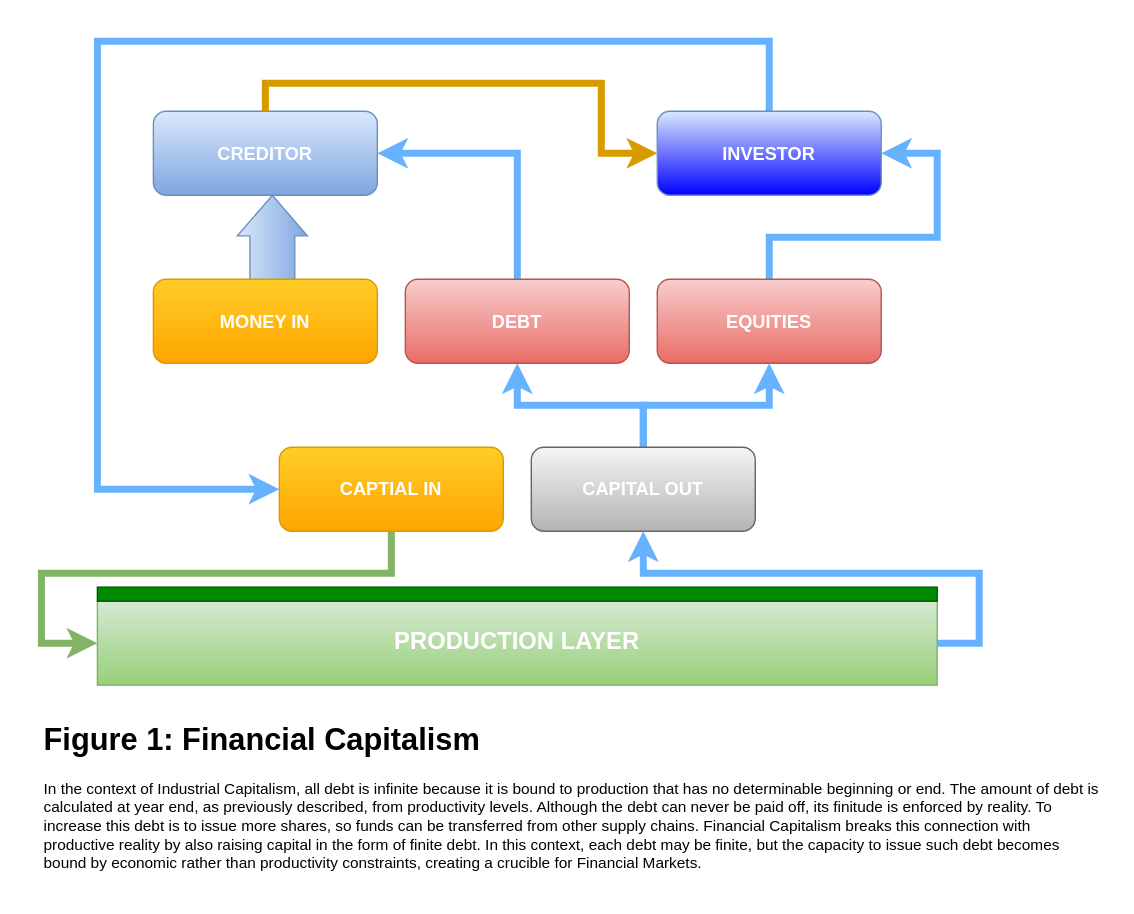
The draw.io diagram public/images/financial_capital_figure_1.svg in TradeControl/tradecontrol.github.io, before a commit. Source tidied: cells renumbered, new cells last; positions are measured from the earlier drawing's top-left corner, leaving out a move shared by most shapes. Source of this version:
```xml
<mxGraphModel>
  <root>
    <mxCell id="0" />
    <mxCell id="1" parent="0" />
    <mxCell id="2" style="html=1;shadow=0;dashed=0;align=center;verticalAlign=middle;shape=mxgraph.arrows2.arrow;dy=0.36;dx=29;direction=north;notch=0;fontFamily=Helvetica;fontSize=11;labelBackgroundColor=default;fillColor=#dae8fc;gradientColor=#7ea6e0;strokeColor=#6c8ebf;fontColor=#FFFFFF;" parent="1" vertex="1">
      <mxGeometry x="140" y="110" width="50" height="70" as="geometry" />
    </mxCell>
    <mxCell id="3" value="CREDITOR" style="rounded=1;whiteSpace=wrap;html=1;fillColor=#dae8fc;gradientColor=#7ea6e0;strokeColor=#6c8ebf;fontStyle=1;fontSize=13;fontColor=#FFFFFF;" parent="1" vertex="1">
      <mxGeometry x="80" y="50" width="160" height="60" as="geometry" />
    </mxCell>
    <mxCell id="4" style="edgeStyle=orthogonalEdgeStyle;shape=connector;rounded=0;jettySize=auto;html=1;entryX=0;entryY=0.5;entryDx=0;entryDy=0;strokeColor=#66B2FF;strokeWidth=5;align=center;verticalAlign=middle;fontFamily=Helvetica;fontSize=11;fontColor=default;labelBackgroundColor=default;endArrow=classic;" parent="1" edge="1" source="5" target="8">
      <mxGeometry relative="1" as="geometry">
        <Array as="points">
          <mxPoint x="520" />
          <mxPoint x="40" />
          <mxPoint x="40" y="320" />
        </Array>
      </mxGeometry>
    </mxCell>
    <mxCell id="5" value="INVESTOR" style="rounded=1;whiteSpace=wrap;html=1;fillColor=#dae8fc;gradientColor=#0000FF;strokeColor=#6c8ebf;fontStyle=1;fontSize=13;fontColor=#FFFFFF;" parent="1" vertex="1">
      <mxGeometry x="440" y="50" width="160" height="60" as="geometry" />
    </mxCell>
    <mxCell id="6" value="MONEY IN" style="rounded=1;whiteSpace=wrap;html=1;fillColor=#ffcd28;gradientColor=#ffa500;strokeColor=#d79b00;fontStyle=1;fontSize=13;fontColor=#FFFFFF;" parent="1" vertex="1">
      <mxGeometry x="80" y="170" width="160" height="60" as="geometry" />
    </mxCell>
    <mxCell id="7" style="edgeStyle=orthogonalEdgeStyle;shape=connector;rounded=0;jettySize=auto;html=1;entryX=0;entryY=0.5;entryDx=0;entryDy=0;strokeColor=#82b366;strokeWidth=5;align=center;verticalAlign=middle;fontFamily=Helvetica;fontSize=11;fontColor=default;labelBackgroundColor=default;endArrow=classic;fillColor=#d5e8d4;" parent="1" edge="1" source="8" target="17">
      <mxGeometry relative="1" as="geometry">
        <Array as="points">
          <mxPoint x="250" y="380" />
          <mxPoint y="380" />
          <mxPoint y="430" />
        </Array>
      </mxGeometry>
    </mxCell>
    <mxCell id="8" value="CAPTIAL IN" style="rounded=1;whiteSpace=wrap;html=1;fillColor=#ffcd28;gradientColor=#ffa500;strokeColor=#d79b00;fontStyle=1;fontSize=13;fontColor=#FFFFFF;" parent="1" vertex="1">
      <mxGeometry x="170" y="290" width="160" height="60" as="geometry" />
    </mxCell>
    <mxCell id="9" style="edgeStyle=orthogonalEdgeStyle;shape=connector;rounded=0;jettySize=auto;html=1;entryX=1;entryY=0.5;entryDx=0;entryDy=0;strokeColor=#66B2FF;strokeWidth=5;align=center;verticalAlign=middle;fontFamily=Helvetica;fontSize=11;fontColor=#FFFFFF;labelBackgroundColor=default;endArrow=classic;exitX=0.5;exitY=0;exitDx=0;exitDy=0;" parent="1" edge="1" source="10" target="3">
      <mxGeometry relative="1" as="geometry" />
    </mxCell>
    <mxCell id="10" value="DEBT" style="rounded=1;whiteSpace=wrap;html=1;fillColor=#f8cecc;gradientColor=#ea6b66;strokeColor=#b85450;fontStyle=1;fontSize=13;fontColor=#FFFFFF;" parent="1" vertex="1">
      <mxGeometry x="260" y="170" width="160" height="60" as="geometry" />
    </mxCell>
    <mxCell id="11" style="edgeStyle=orthogonalEdgeStyle;shape=connector;rounded=0;jettySize=auto;html=1;strokeColor=#66B2FF;strokeWidth=5;align=center;verticalAlign=middle;fontFamily=Helvetica;fontSize=11;fontColor=#FFFFFF;labelBackgroundColor=default;endArrow=classic;entryX=1;entryY=0.5;entryDx=0;entryDy=0;" parent="1" edge="1" source="12" target="5">
      <mxGeometry relative="1" as="geometry">
        <Array as="points">
          <mxPoint x="520" y="140" />
          <mxPoint x="640" y="140" />
          <mxPoint x="640" y="80" />
        </Array>
      </mxGeometry>
    </mxCell>
    <mxCell id="12" value="EQUITIES" style="rounded=1;whiteSpace=wrap;html=1;fillColor=#f8cecc;gradientColor=#ea6b66;strokeColor=#b85450;fontStyle=1;fontSize=13;fontColor=#FFFFFF;" parent="1" vertex="1">
      <mxGeometry x="440" y="170" width="160" height="60" as="geometry" />
    </mxCell>
    <mxCell id="13" style="edgeStyle=orthogonalEdgeStyle;shape=connector;rounded=0;jettySize=auto;html=1;entryX=0.5;entryY=1;entryDx=0;entryDy=0;strokeColor=#66B2FF;strokeWidth=5;align=center;verticalAlign=middle;fontFamily=Helvetica;fontSize=11;fontColor=#FFFFFF;labelBackgroundColor=default;endArrow=classic;" parent="1" edge="1" source="15" target="12">
      <mxGeometry relative="1" as="geometry" />
    </mxCell>
    <mxCell id="14" style="edgeStyle=orthogonalEdgeStyle;shape=connector;rounded=0;jettySize=auto;html=1;entryX=0.5;entryY=1;entryDx=0;entryDy=0;strokeColor=#66B2FF;strokeWidth=5;align=center;verticalAlign=middle;fontFamily=Helvetica;fontSize=11;fontColor=#FFFFFF;labelBackgroundColor=default;endArrow=classic;" parent="1" edge="1" source="15" target="10">
      <mxGeometry relative="1" as="geometry" />
    </mxCell>
    <mxCell id="15" value="CAPITAL OUT" style="rounded=1;whiteSpace=wrap;html=1;fillColor=#f5f5f5;gradientColor=#b3b3b3;strokeColor=#666666;fontStyle=1;fontSize=13;fontColor=#FFFFFF;" parent="1" vertex="1">
      <mxGeometry x="350" y="290" width="160" height="60" as="geometry" />
    </mxCell>
    <mxCell id="16" style="edgeStyle=orthogonalEdgeStyle;shape=connector;rounded=0;jettySize=auto;html=1;strokeColor=#66B2FF;strokeWidth=5;align=center;verticalAlign=middle;fontFamily=Helvetica;fontSize=11;fontColor=default;labelBackgroundColor=default;endArrow=classic;" parent="1" edge="1" source="17" target="15">
      <mxGeometry relative="1" as="geometry">
        <Array as="points">
          <mxPoint x="670" y="430" />
          <mxPoint x="670" y="380" />
          <mxPoint x="430" y="380" />
        </Array>
      </mxGeometry>
    </mxCell>
    <mxCell id="17" value="PRODUCTION LAYER" style="rounded=0;whiteSpace=wrap;html=1;fontFamily=Helvetica;fontSize=17;labelBackgroundColor=none;fillColor=#d5e8d4;gradientColor=#97d077;strokeColor=#82b366;fontColor=#FFFFFF;fontStyle=1;" parent="1" vertex="1">
      <mxGeometry x="40" y="400" width="600" height="60" as="geometry" />
    </mxCell>
    <mxCell id="18" style="rounded=0;whiteSpace=wrap;html=1;fontFamily=Helvetica;fontSize=11;fontColor=#ffffff;labelBackgroundColor=default;fillColor=#008a00;strokeColor=#005700;" parent="1" vertex="1">
      <mxGeometry x="40" y="390" width="600" height="10" as="geometry" />
    </mxCell>
    <mxCell id="19" style="edgeStyle=orthogonalEdgeStyle;shape=connector;rounded=0;jettySize=auto;html=1;entryX=0;entryY=0.5;entryDx=0;entryDy=0;strokeColor=#d79b00;strokeWidth=5;align=center;verticalAlign=middle;fontFamily=Helvetica;fontSize=11;fontColor=#FFFFFF;labelBackgroundColor=default;endArrow=classic;fillColor=#ffcd28;gradientColor=#ffa500;" parent="1" edge="1" source="3" target="5">
      <mxGeometry relative="1" as="geometry">
        <Array as="points">
          <mxPoint x="160" y="30" />
          <mxPoint x="400" y="30" />
          <mxPoint x="400" y="80" />
        </Array>
      </mxGeometry>
    </mxCell>
    <mxCell id="20" value="&lt;h1 style=&quot;margin-top: 0px;&quot;&gt;Figure 1: Financial Capitalism&lt;/h1&gt;&lt;h1 style=&quot;margin-top: 0px;&quot;&gt;&lt;p style=&quot;font-size: 11px; font-weight: 400;&quot;&gt;In the context of Industrial Capitalism, all debt is infinite because it is bound to production that has no determinable beginning or end. The amount of debt is calculated at year end, as previously described, from productivity levels. Although the debt can never be paid off, its finitude is enforced by reality. To increase this debt is to issue more shares, so funds can be transferred from other supply chains. Financial Capitalism breaks this connection with productive reality by also raising capital in the form of finite debt. In this context, each debt may be finite, but the capacity to issue such debt becomes bound by economic rather than productivity constraints, creating a crucible for Financial Markets.&lt;/p&gt;&lt;/h1&gt;" style="text;html=1;whiteSpace=wrap;overflow=hidden;rounded=0;fontFamily=Helvetica;fontSize=11;fontColor=default;labelBackgroundColor=default;" parent="1" vertex="1">
      <mxGeometry y="480" width="760" height="120" as="geometry" />
    </mxCell>
  </root>
</mxGraphModel>
```
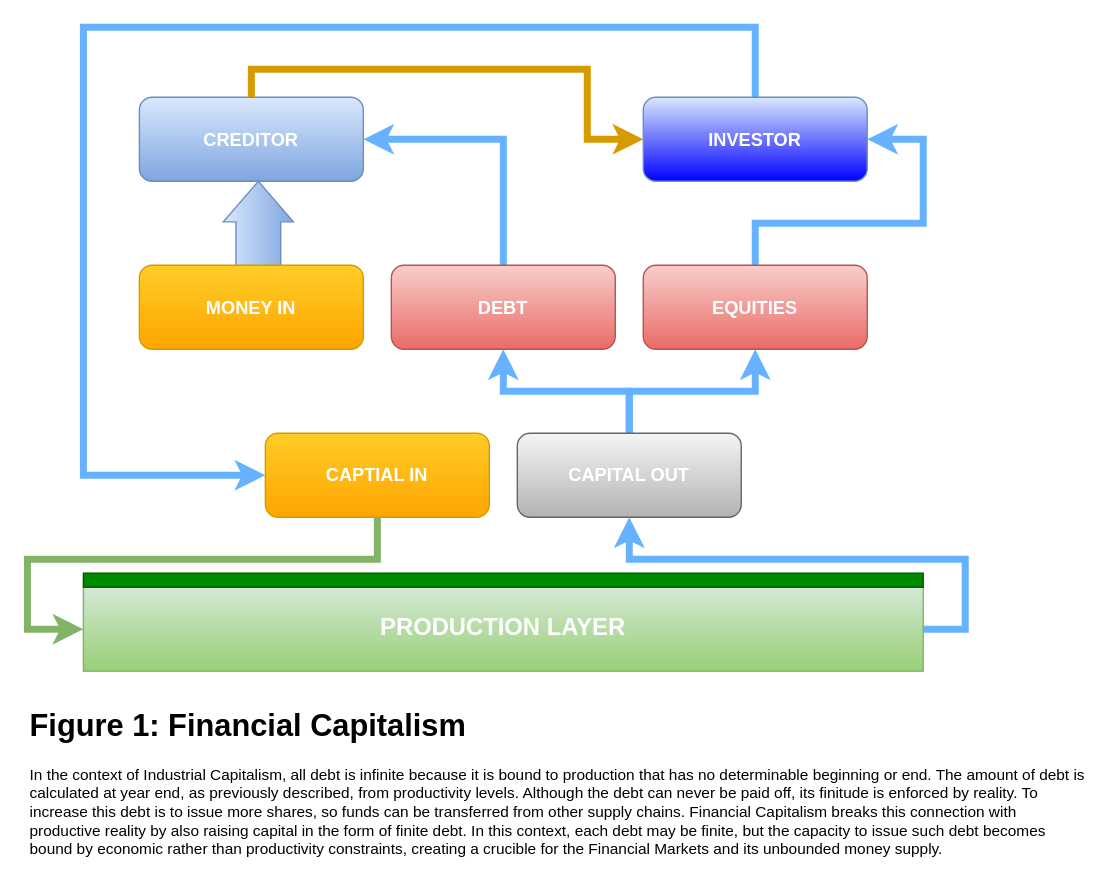
The same diagram one commit later.

Diff of the diagram source:
```diff
@@ -86,7 +86,7 @@
         </Array>
       </mxGeometry>
     </mxCell>
-    <mxCell id="20" value="&lt;h1 style=&quot;margin-top: 0px;&quot;&gt;Figure 1: Financial Capitalism&lt;/h1&gt;&lt;h1 style=&quot;margin-top: 0px;&quot;&gt;&lt;p style=&quot;font-size: 11px; font-weight: 400;&quot;&gt;In the context of Industrial Capitalism, all debt is infinite because it is bound to production that has no determinable beginning or end. The amount of debt is calculated at year end, as previously described, from productivity levels. Although the debt can never be paid off, its finitude is enforced by reality. To increase this debt is to issue more shares, so funds can be transferred from other supply chains. Financial Capitalism breaks this connection with productive reality by also raising capital in the form of finite debt. In this context, each debt may be finite, but the capacity to issue such debt becomes bound by economic rather than productivity constraints, creating a crucible for Financial Markets.&lt;/p&gt;&lt;/h1&gt;" style="text;html=1;whiteSpace=wrap;overflow=hidden;rounded=0;fontFamily=Helvetica;fontSize=11;fontColor=default;labelBackgroundColor=default;" parent="1" vertex="1">
+    <mxCell id="20" value="&lt;h1 style=&quot;margin-top: 0px;&quot;&gt;Figure 1: Financial Capitalism&lt;/h1&gt;&lt;h1 style=&quot;margin-top: 0px;&quot;&gt;&lt;p style=&quot;font-size: 11px; font-weight: 400;&quot;&gt;In the context of Industrial Capitalism, all debt is infinite because it is bound to production that has no determinable beginning or end. The amount of debt is calculated at year end, as previously described, from productivity levels. Although the debt can never be paid off, its finitude is enforced by reality. To increase this debt is to issue more shares, so funds can be transferred from other supply chains. Financial Capitalism breaks this connection with productive reality by also raising capital in the form of finite debt. In this context, each debt may be finite, but the capacity to issue such debt becomes bound by economic rather than productivity constraints, creating a crucible for the Financial Markets and its unbounded money supply.&lt;/p&gt;&lt;/h1&gt;" style="text;html=1;whiteSpace=wrap;overflow=hidden;rounded=0;fontFamily=Helvetica;fontSize=11;fontColor=default;labelBackgroundColor=default;" parent="1" vertex="1">
       <mxGeometry y="480" width="760" height="120" as="geometry" />
     </mxCell>
   </root>
```
